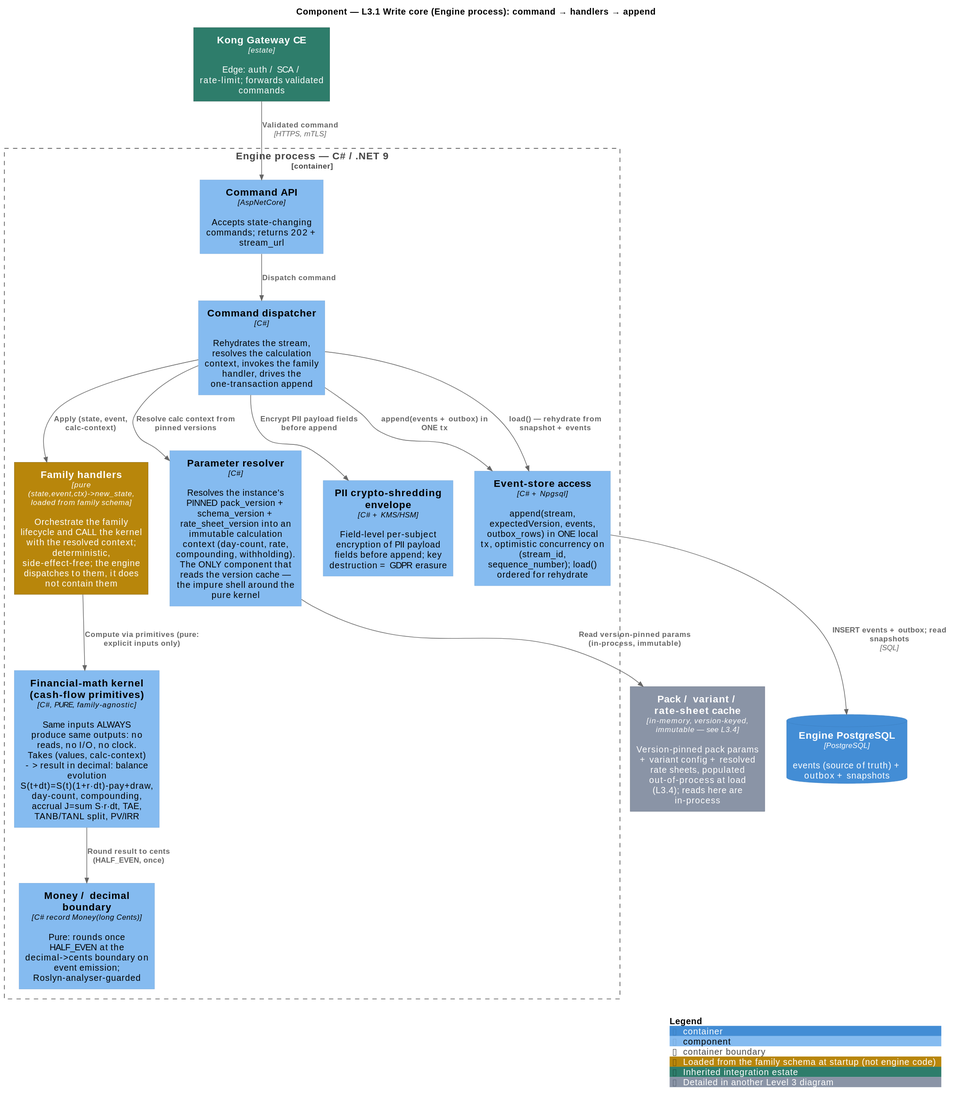
Above: docs/product-management/product_concepts/diagrams/c4-l3-write-core.svg in jhosm/archie (PlantUML), before the change.
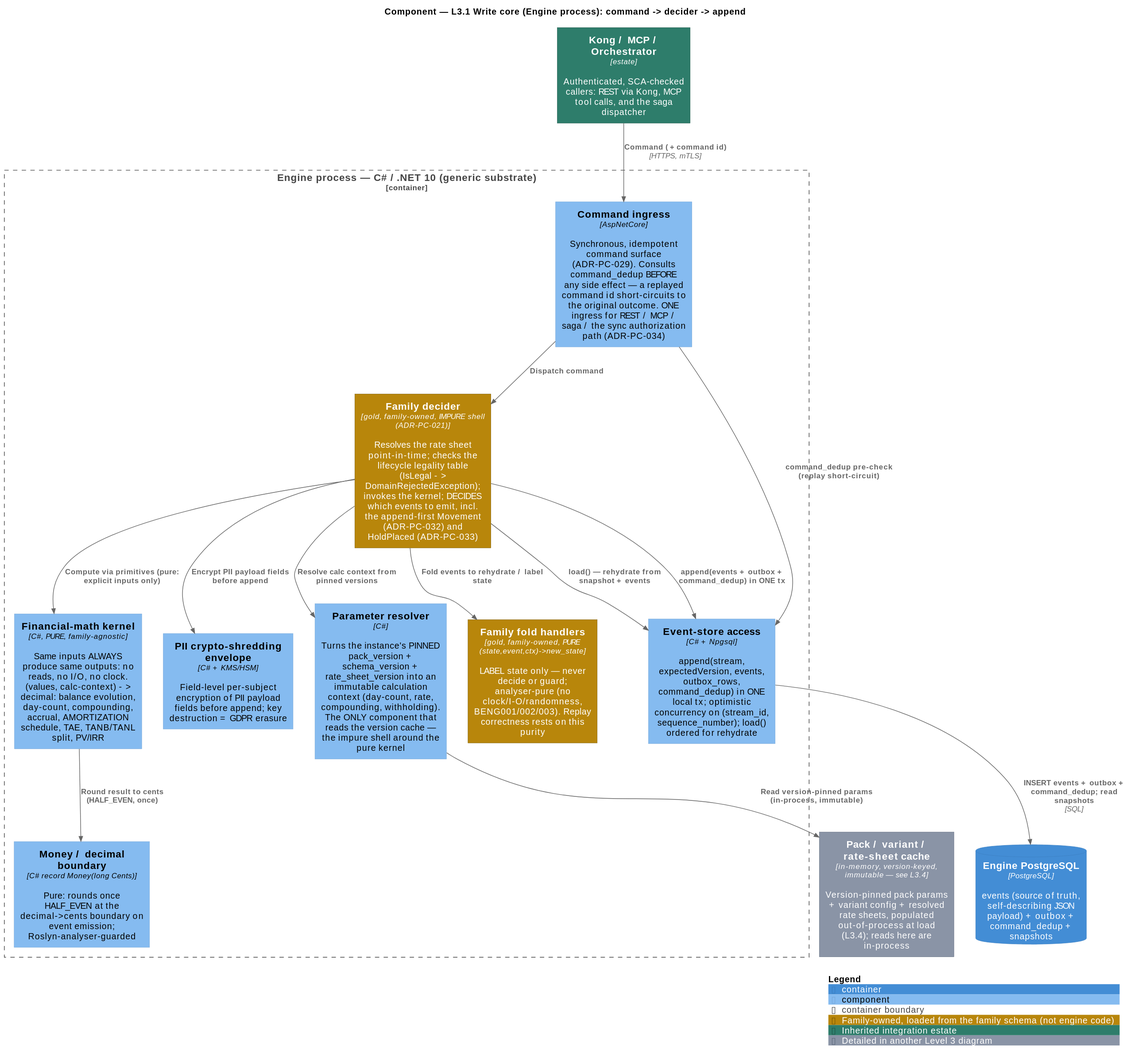
The same diagram one commit later.

What changed in the source:
```diff
@@ -1,39 +1,40 @@
 @startuml
 !include <C4/C4_Component>
 
-AddElementTag("family", $bgColor="#B8860B", $fontColor="#FFFFFF", $borderColor="#7A5B08", $legendText="Loaded from the family schema at startup (not engine code)")
+AddElementTag("family", $bgColor="#B8860B", $fontColor="#FFFFFF", $borderColor="#7A5B08", $legendText="Family-owned, loaded from the family schema (not engine code)")
 AddElementTag("estate", $bgColor="#2E7D6B", $fontColor="#FFFFFF", $borderColor="#1F5749", $legendText="Inherited integration estate")
 AddElementTag("ref", $bgColor="#8A94A6", $fontColor="#FFFFFF", $borderColor="#5F6A7D", $legendText="Detailed in another Level 3 diagram")
 
-title Component — L3.1 Write core (Engine process): command → handlers → append
+title Component — L3.1 Write core (Engine process): command -> decider -> append
 
-Container(kong, "Kong Gateway CE", "estate", "Edge: auth / SCA / rate-limit; forwards validated commands", $tags="estate")
+Container(callers, "Kong / MCP / Orchestrator", "estate", "Authenticated, SCA-checked callers: REST via Kong, MCP tool calls, and the saga dispatcher", $tags="estate")
 
-Container_Boundary(engine, "Engine process — C# / .NET 9") {
-  Component(api, "Command API", "AspNetCore", "Accepts state-changing commands; returns 202 + stream_url")
-  Component(dispatch, "Command dispatcher", "C#", "Rehydrates the stream, resolves the calculation context, invokes the family handler, drives the one-transaction append")
-  Component(resolver, "Parameter resolver", "C#", "Resolves the instance's PINNED pack_version + schema_version + rate_sheet_version into an immutable calculation context (day-count, rate, compounding, withholding). The ONLY component that reads the version cache — the impure shell around the pure kernel")
-  Component(handlers, "Family handlers", "pure (state,event,ctx)->new_state, loaded from family schema", "Orchestrate the family lifecycle and CALL the kernel with the resolved context; deterministic, side-effect-free; the engine dispatches to them, it does not contain them", $tags="family")
-  Component(kernel, "Financial-math kernel (cash-flow primitives)", "C#, PURE, family-agnostic", "Same inputs ALWAYS produce same outputs: no reads, no I/O, no clock. Takes (values, calc-context) -> result in decimal: balance evolution S(t+dt)=S(t)(1+r·dt)-pay+draw, day-count, compounding, accrual J=sum S·r·dt, TAE, TANB/TANL split, PV/IRR")
+Container_Boundary(engine, "Engine process — C# / .NET 10 (generic substrate)") {
+  Component(ingress, "Command ingress", "AspNetCore", "Synchronous, idempotent command surface (ADR-PC-029). Consults command_dedup BEFORE any side effect — a replayed command id short-circuits to the original outcome. ONE ingress for REST / MCP / saga / the sync authorization path (ADR-PC-034)")
+  Component(decider, "Family decider", "gold, family-owned, IMPURE shell (ADR-PC-021)", "Resolves the rate sheet point-in-time; checks the lifecycle legality table (IsLegal -> DomainRejectedException); invokes the kernel; DECIDES which events to emit, incl. the append-first Movement (ADR-PC-032) and HoldPlaced (ADR-PC-033)", $tags="family")
+  Component(folds, "Family fold handlers", "gold, family-owned, PURE (state,event,ctx)->new_state", "LABEL state only — never decide or guard; analyser-pure (no clock/I-O/randomness, BENG001/002/003). Replay correctness rests on this purity", $tags="family")
+  Component(resolver, "Parameter resolver", "C#", "Turns the instance's PINNED pack_version + schema_version + rate_sheet_version into an immutable calculation context (day-count, rate, compounding, withholding). The ONLY component that reads the version cache — the impure shell around the pure kernel")
+  Component(kernel, "Financial-math kernel", "C#, PURE, family-agnostic", "Same inputs ALWAYS produce same outputs: no reads, no I/O, no clock. (values, calc-context) -> decimal: balance evolution, day-count, compounding, accrual, AMORTIZATION schedule, TAE, TANB/TANL split, PV/IRR")
   Component(money, "Money / decimal boundary", "C# record Money(long Cents)", "Pure: rounds once HALF_EVEN at the decimal->cents boundary on event emission; Roslyn-analyser-guarded")
   Component(crypto, "PII crypto-shredding envelope", "C# + KMS/HSM", "Field-level per-subject encryption of PII payload fields before append; key destruction = GDPR erasure")
-  Component(esa, "Event-store access", "C# + Npgsql", "append(stream, expectedVersion, events, outbox_rows) in ONE local tx, optimistic concurrency on (stream_id, sequence_number); load() ordered for rehydrate")
+  Component(esa, "Event-store access", "C# + Npgsql", "append(stream, expectedVersion, events, outbox_rows, command_dedup) in ONE local tx; optimistic concurrency on (stream_id, sequence_number); load() ordered for rehydrate")
 }
 
 Component(packcache, "Pack / variant / rate-sheet cache", "in-memory, version-keyed, immutable — see L3.4", "Version-pinned pack params + variant config + resolved rate sheets, populated out-of-process at load (L3.4); reads here are in-process", $tags="ref")
-ContainerDb(pg, "Engine PostgreSQL", "PostgreSQL", "events (source of truth) + outbox + snapshots")
+ContainerDb(pg, "Engine PostgreSQL", "PostgreSQL", "events (source of truth, self-describing JSON payload) + outbox + command_dedup + snapshots")
 
-Rel(kong, api, "Validated command", "HTTPS, mTLS")
-Rel(api, dispatch, "Dispatch command")
-Rel(dispatch, esa, "load() — rehydrate from snapshot + events")
-Rel(dispatch, resolver, "Resolve calc context from pinned versions")
+Rel(callers, ingress, "Command (+ command id)", "HTTPS, mTLS")
+Rel(ingress, esa, "command_dedup pre-check (replay short-circuit)")
+Rel(ingress, decider, "Dispatch command")
+Rel(decider, esa, "load() — rehydrate from snapshot + events")
+Rel(decider, folds, "Fold events to rehydrate / label state")
+Rel(decider, resolver, "Resolve calc context from pinned versions")
 Rel(resolver, packcache, "Read version-pinned params (in-process, immutable)")
-Rel(dispatch, handlers, "Apply (state, event, calc-context)")
-Rel(handlers, kernel, "Compute via primitives (pure: explicit inputs only)")
+Rel(decider, kernel, "Compute via primitives (pure: explicit inputs only)")
 Rel(kernel, money, "Round result to cents (HALF_EVEN, once)")
-Rel(dispatch, crypto, "Encrypt PII payload fields before append")
-Rel(dispatch, esa, "append(events + outbox) in ONE tx")
-Rel(esa, pg, "INSERT events + outbox; read snapshots", "SQL")
+Rel(decider, crypto, "Encrypt PII payload fields before append")
+Rel(decider, esa, "append(events + outbox + command_dedup) in ONE tx")
+Rel(esa, pg, "INSERT events + outbox + command_dedup; read snapshots", "SQL")
 
 SHOW_LEGEND()
 @enduml
```
